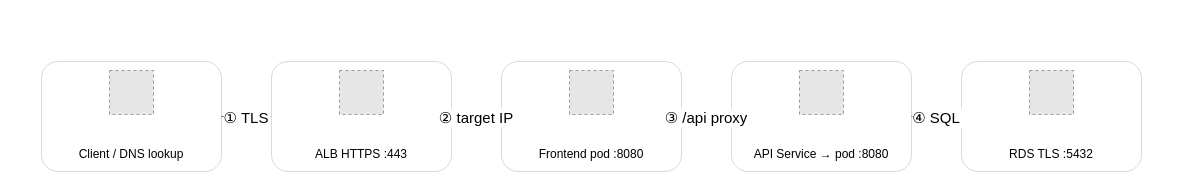
Above: workshop/static/images/request-path.drawio in toannd021104/AWS-Security-Workshop-EKS-defense-in-dept (draw.io), before the change. Source tidied: cells renumbered, new cells numbered last; positions are measured from the earlier drawing's top-left corner, leaving out a move shared by most shapes. Both pictures are drawn from the tidied source at 100%, with x=0, y=0 at pixel (41, 61). Pictures stored in the file or linked from it are replaced by grey dashed boxes.
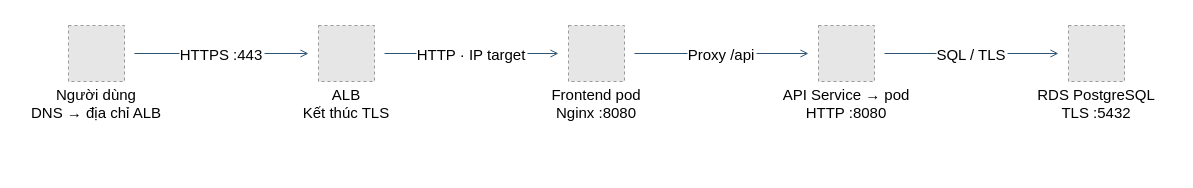
After the change.

Change to the diagram source:
```diff
@@
-<mxGraphModel background="#ffffff">
+<mxGraphModel>
   <root>
     <mxCell id="0" />
     <mxCell id="1" parent="0" />
-    <mxCell id="2" value="Client / DNS lookup" style="rounded=1;fillColor=#ffffff;strokeColor=#d0dce6;verticalAlign=bottom;spacingBottom=8;" parent="1" vertex="1">
-      <mxGeometry width="180" height="110" as="geometry" />
+    <mxCell id="2" value="Người dùng&#10;DNS → địa chỉ ALB" style="fillColor=none;strokeColor=none;fontSize=15;verticalAlign=bottom;spacingBottom=8;" parent="1" vertex="1">
+      <mxGeometry x="-25" y="-45" width="160" height="115" as="geometry" />
     </mxCell>
-    <mxCell id="3" value="ALB HTTPS :443" style="rounded=1;fillColor=#ffffff;strokeColor=#d0dce6;verticalAlign=bottom;spacingBottom=8;" parent="1" vertex="1">
-      <mxGeometry x="230" width="180" height="110" as="geometry" />
+    <mxCell id="3" value="ALB&#10;Kết thúc TLS" style="fillColor=none;strokeColor=none;fontSize=15;verticalAlign=bottom;spacingBottom=8;" parent="1" vertex="1">
+      <mxGeometry x="225" y="-45" width="160" height="115" as="geometry" />
     </mxCell>
-    <mxCell id="4" value="Frontend pod :8080" style="rounded=1;fillColor=#ffffff;strokeColor=#d0dce6;verticalAlign=bottom;spacingBottom=8;" parent="1" vertex="1">
-      <mxGeometry x="460" width="180" height="110" as="geometry" />
+    <mxCell id="4" value="Frontend pod&#10;Nginx :8080" style="fillColor=none;strokeColor=none;fontSize=15;verticalAlign=bottom;spacingBottom=8;" parent="1" vertex="1">
+      <mxGeometry x="475" y="-45" width="160" height="115" as="geometry" />
     </mxCell>
-    <mxCell id="5" value="API Service → pod :8080" style="rounded=1;fillColor=#ffffff;strokeColor=#d0dce6;verticalAlign=bottom;spacingBottom=8;" parent="1" vertex="1">
-      <mxGeometry x="690" width="180" height="110" as="geometry" />
+    <mxCell id="5" value="API Service → pod&#10;HTTP :8080" style="fillColor=none;strokeColor=none;fontSize=15;verticalAlign=bottom;spacingBottom=8;" parent="1" vertex="1">
+      <mxGeometry x="725" y="-45" width="160" height="115" as="geometry" />
     </mxCell>
-    <mxCell id="6" value="RDS TLS :5432" style="rounded=1;fillColor=#ffffff;strokeColor=#d0dce6;verticalAlign=bottom;spacingBottom=8;" parent="1" vertex="1">
-      <mxGeometry x="920" width="180" height="110" as="geometry" />
+    <mxCell id="6" value="RDS PostgreSQL&#10;TLS :5432" style="fillColor=none;strokeColor=none;fontSize=15;verticalAlign=bottom;spacingBottom=8;" parent="1" vertex="1">
+      <mxGeometry x="975" y="-45" width="160" height="115" as="geometry" />
     </mxCell>
     <mxCell id="7" style="fillColor=#E6E6E6;strokeColor=#999999;dashed=1;" parent="1" vertex="1">
-      <mxGeometry x="68" y="9" width="44" height="44" as="geometry" />
+      <mxGeometry x="27" y="-36" width="56" height="56" as="geometry" />
     </mxCell>
     <mxCell id="8" style="fillColor=#E6E6E6;strokeColor=#999999;dashed=1;" parent="1" vertex="1">
-      <mxGeometry x="298" y="9" width="44" height="44" as="geometry" />
+      <mxGeometry x="277" y="-36" width="56" height="56" as="geometry" />
     </mxCell>
     <mxCell id="9" style="fillColor=#E6E6E6;strokeColor=#999999;dashed=1;" parent="1" vertex="1">
-      <mxGeometry x="528" y="9" width="44" height="44" as="geometry" />
+      <mxGeometry x="527" y="-36" width="56" height="56" as="geometry" />
     </mxCell>
     <mxCell id="10" style="fillColor=#E6E6E6;strokeColor=#999999;dashed=1;" parent="1" vertex="1">
-      <mxGeometry x="758" y="9" width="44" height="44" as="geometry" />
+      <mxGeometry x="777" y="-36" width="56" height="56" as="geometry" />
     </mxCell>
     <mxCell id="11" style="fillColor=#E6E6E6;strokeColor=#999999;dashed=1;" parent="1" vertex="1">
-      <mxGeometry x="988" y="9" width="44" height="44" as="geometry" />
+      <mxGeometry x="1027" y="-36" width="56" height="56" as="geometry" />
     </mxCell>
-    <mxCell id="12" value="① TLS" style="edgeStyle=orthogonalEdgeStyle;endArrow=open;fontSize=15;strokeColor=#315675;exitX=1.0;exitY=0.5;exitPerimeter=0;entryX=0.0;entryY=0.5;entryPerimeter=0;" parent="1" edge="1" source="2" target="3">
+    <mxCell id="12" value="HTTPS :443" style="edgeStyle=orthogonalEdgeStyle;endArrow=open;fontSize=15;strokeColor=#315675;exitX=0.7375;exitY=0.3217391304347826;exitPerimeter=0;entryX=0.2625;entryY=0.3217391304347826;entryPerimeter=0;" parent="1" edge="1" source="2" target="3">
       <mxGeometry relative="1" as="geometry" />
     </mxCell>
-    <mxCell id="13" value="② target IP" style="edgeStyle=orthogonalEdgeStyle;endArrow=open;fontSize=15;strokeColor=#315675;exitX=1.0;exitY=0.5;exitPerimeter=0;entryX=0.0;entryY=0.5;entryPerimeter=0;" parent="1" edge="1" source="3" target="4">
+    <mxCell id="13" value="HTTP · IP target" style="edgeStyle=orthogonalEdgeStyle;endArrow=open;fontSize=15;strokeColor=#315675;exitX=0.7375;exitY=0.3217391304347826;exitPerimeter=0;entryX=0.2625;entryY=0.3217391304347826;entryPerimeter=0;" parent="1" edge="1" source="3" target="4">
       <mxGeometry relative="1" as="geometry" />
     </mxCell>
-    <mxCell id="14" value="③ /api proxy" style="edgeStyle=orthogonalEdgeStyle;endArrow=open;fontSize=15;strokeColor=#315675;exitX=1.0;exitY=0.5;exitPerimeter=0;entryX=0.0;entryY=0.5;entryPerimeter=0;" parent="1" edge="1" source="4" target="5">
+    <mxCell id="14" value="Proxy /api" style="edgeStyle=orthogonalEdgeStyle;endArrow=open;fontSize=15;strokeColor=#315675;exitX=0.7375;exitY=0.3217391304347826;exitPerimeter=0;entryX=0.2625;entryY=0.3217391304347826;entryPerimeter=0;" parent="1" edge="1" source="4" target="5">
       <mxGeometry relative="1" as="geometry" />
     </mxCell>
-    <mxCell id="15" value="④ SQL" style="edgeStyle=orthogonalEdgeStyle;endArrow=open;fontSize=15;strokeColor=#315675;exitX=1.0;exitY=0.5;exitPerimeter=0;entryX=0.0;entryY=0.5;entryPerimeter=0;" parent="1" edge="1" source="5" target="6">
+    <mxCell id="15" value="SQL / TLS" style="edgeStyle=orthogonalEdgeStyle;endArrow=open;fontSize=15;strokeColor=#315675;exitX=0.7375;exitY=0.3217391304347826;exitPerimeter=0;entryX=0.2625;entryY=0.3217391304347826;entryPerimeter=0;" parent="1" edge="1" source="5" target="6">
       <mxGeometry relative="1" as="geometry" />
     </mxCell>
   </root>
 </mxGraphModel>
```
